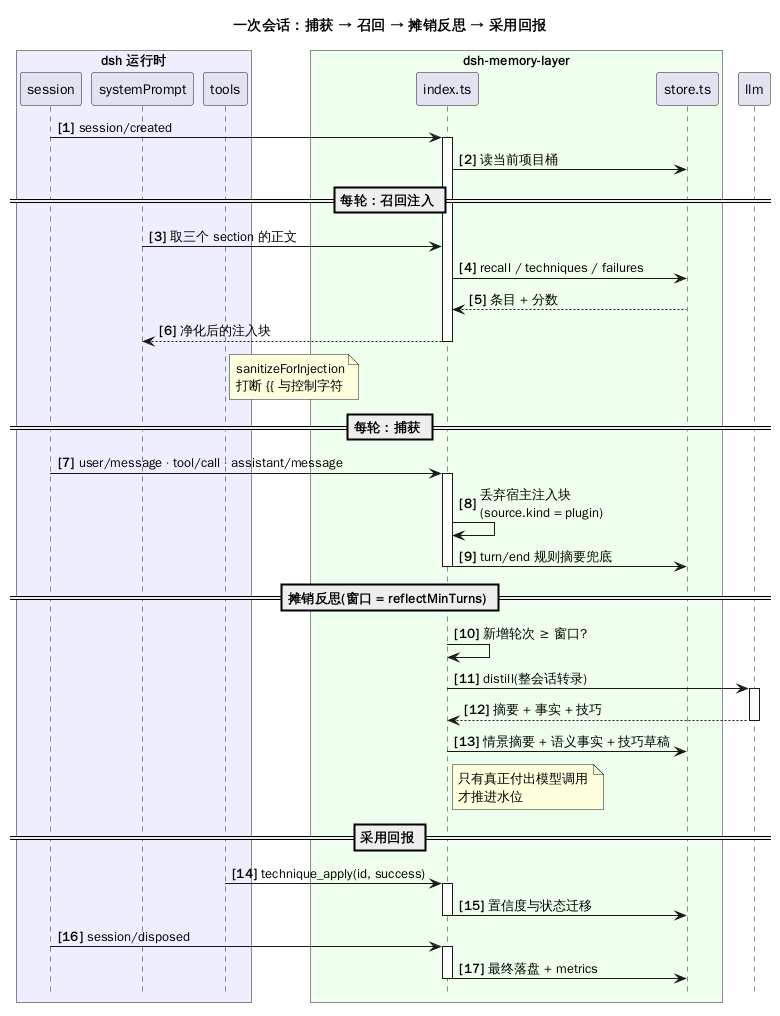
Earlier version of the PlantUML export docs/rendered/dsh-memory-layer-session.png (raitpor/dsh-memory-layer). The source it was exported from:
```plantuml
@startuml dsh-memory-layer-session
title 一次会话：捕获 → 召回 → 摊销反思 → 采用回报

autonumber "<b>[0]"
hide footbox
skinparam shadowing false

box "dsh 运行时" #EEEEFF
  participant "session" as S
  participant "systemPrompt" as P
  participant "tools" as T
end box

box "dsh-memory-layer" #EEFFEE
  participant "index.ts" as M
  participant "store.ts" as D
end box

participant "llm" as L

S -> M ++ : session/created
M -> D : 读当前项目桶

== 每轮：召回注入 ==
P -> M : 取三个 section 的正文
M -> D : recall / techniques / failures
D --> M : 条目 + 分数
M --> P -- : 净化后的注入块
note over M, P : sanitizeForInjection\n打断 {{ 与控制字符

== 每轮：捕获 ==
S -> M ++ : user/message · tool/call · assistant/message
M -> M : 丢弃宿主注入块\n(source.kind = plugin)
M -> D -- : turn/end 规则摘要兜底

== 摊销反思(窗口 = reflectMinTurns) ==
M -> M : 新增轮次 ≥ 窗口?
M -> L ++ : distill(整会话转录)
L --> M -- : 摘要 + 事实 + 技巧
M -> D : 情景摘要 + 语义事实 + 技巧草稿
note right of M : 只有真正付出模型调用\n才推进水位

== 采用回报 ==
T -> M ++ : technique_apply(id, success)
M -> D -- : 置信度与状态迁移

S -> M ++ : session/disposed
M -> D -- : 最终落盘 + metrics
M --

@enduml
```
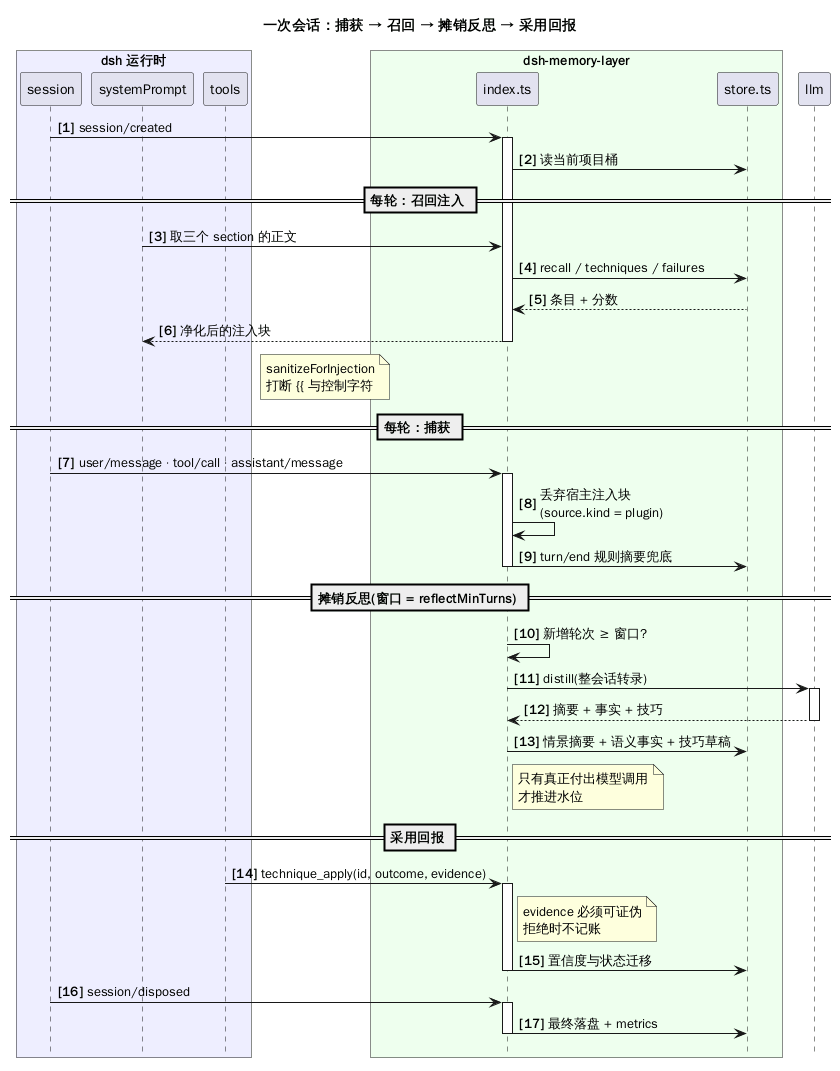
The same diagram one commit later.

Diff of the diagram source:
```diff
@@ -41,7 +41,8 @@
 note right of M : 只有真正付出模型调用\n才推进水位
 
 == 采用回报 ==
-T -> M ++ : technique_apply(id, success)
+T -> M ++ : technique_apply(id, outcome, evidence)
+note right of M : evidence 必须可证伪\n拒绝时不记账
 M -> D -- : 置信度与状态迁移
 
 S -> M ++ : session/disposed
```
